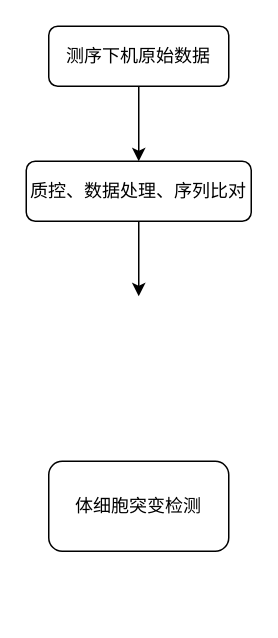
This is Untitled Diagram.drawio from muyonglin/muyonglin.github.io, a draw.io file, before an edit. Source tidied: cells renumbered, new cells numbered last; positions are measured from the earlier drawing's top-left corner, leaving out a move shared by most shapes. Both pictures are drawn from the tidied source at 150%, with x=0, y=0 at pixel (26, 26).
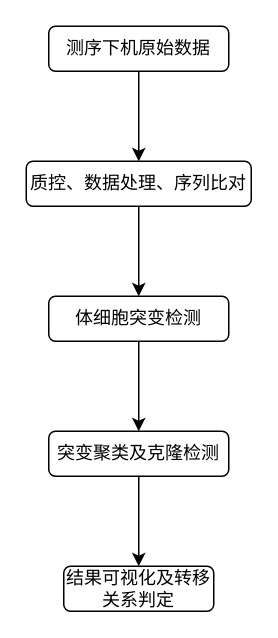
The same page after the edit.

The edit, as a diff of the source:
```diff
@@
 <mxGraphModel>
   <root>
     <mxCell id="0" />
     <mxCell id="1" parent="0" />
     <mxCell id="2" style="edgeStyle=orthogonalEdgeStyle;rounded=0;jettySize=auto;html=1;exitX=0.5;exitY=1;exitDx=0;exitDy=0;" parent="1" edge="1" source="3">
       <mxGeometry relative="1" as="geometry">
         <mxPoint x="75" y="90" as="targetPoint" />
       </mxGeometry>
     </mxCell>
     <mxCell id="3" value="测序下机原始数据" style="rounded=1;whiteSpace=wrap;html=1;" parent="1" vertex="1">
-      <mxGeometry x="15" width="120" height="40" as="geometry" />
+      <mxGeometry x="15" width="120" height="30" as="geometry" />
     </mxCell>
+    <mxCell id="7" style="edgeStyle=orthogonalEdgeStyle;rounded=0;jettySize=auto;html=1;exitX=0.5;exitY=1;exitDx=0;exitDy=0;entryX=0.5;entryY=0;entryDx=0;entryDy=0;" parent="1" edge="1" source="4" target="9">
+      <mxGeometry relative="1" as="geometry" />
+    </mxCell>
     <mxCell id="4" value="体细胞突变检测" style="rounded=1;whiteSpace=wrap;html=1;" parent="1" vertex="1">
-      <mxGeometry x="15" y="290" width="120" height="60" as="geometry" />
+      <mxGeometry x="15" y="180" width="120" height="30" as="geometry" />
     </mxCell>
     <mxCell id="5" style="edgeStyle=orthogonalEdgeStyle;rounded=0;jettySize=auto;html=1;exitX=0.5;exitY=1;exitDx=0;exitDy=0;" parent="1" edge="1" source="6">
       <mxGeometry relative="1" as="geometry">
         <mxPoint x="75" y="180" as="targetPoint" />
       </mxGeometry>
     </mxCell>
     <mxCell id="6" value="质控、数据处理、序列比对" style="rounded=1;whiteSpace=wrap;html=1;" parent="1" vertex="1">
-      <mxGeometry y="90" width="150" height="40" as="geometry" />
+      <mxGeometry y="90" width="150" height="30" as="geometry" />
     </mxCell>
+    <mxCell id="8" style="edgeStyle=orthogonalEdgeStyle;rounded=0;jettySize=auto;html=1;exitX=0.5;exitY=1;exitDx=0;exitDy=0;entryX=0.5;entryY=0;entryDx=0;entryDy=0;" parent="1" edge="1" source="9" target="10">
+      <mxGeometry relative="1" as="geometry" />
+    </mxCell>
+    <mxCell id="9" value="突变聚类及克隆检测" style="rounded=1;whiteSpace=wrap;html=1;" parent="1" vertex="1">
+      <mxGeometry x="15" y="270" width="120" height="30" as="geometry" />
+    </mxCell>
+    <mxCell id="10" value="结果可视化及转移关系判定" style="rounded=1;whiteSpace=wrap;html=1;" parent="1" vertex="1">
+      <mxGeometry x="25" y="360" width="100" height="30" as="geometry" />
+    </mxCell>
   </root>
 </mxGraphModel>
```
